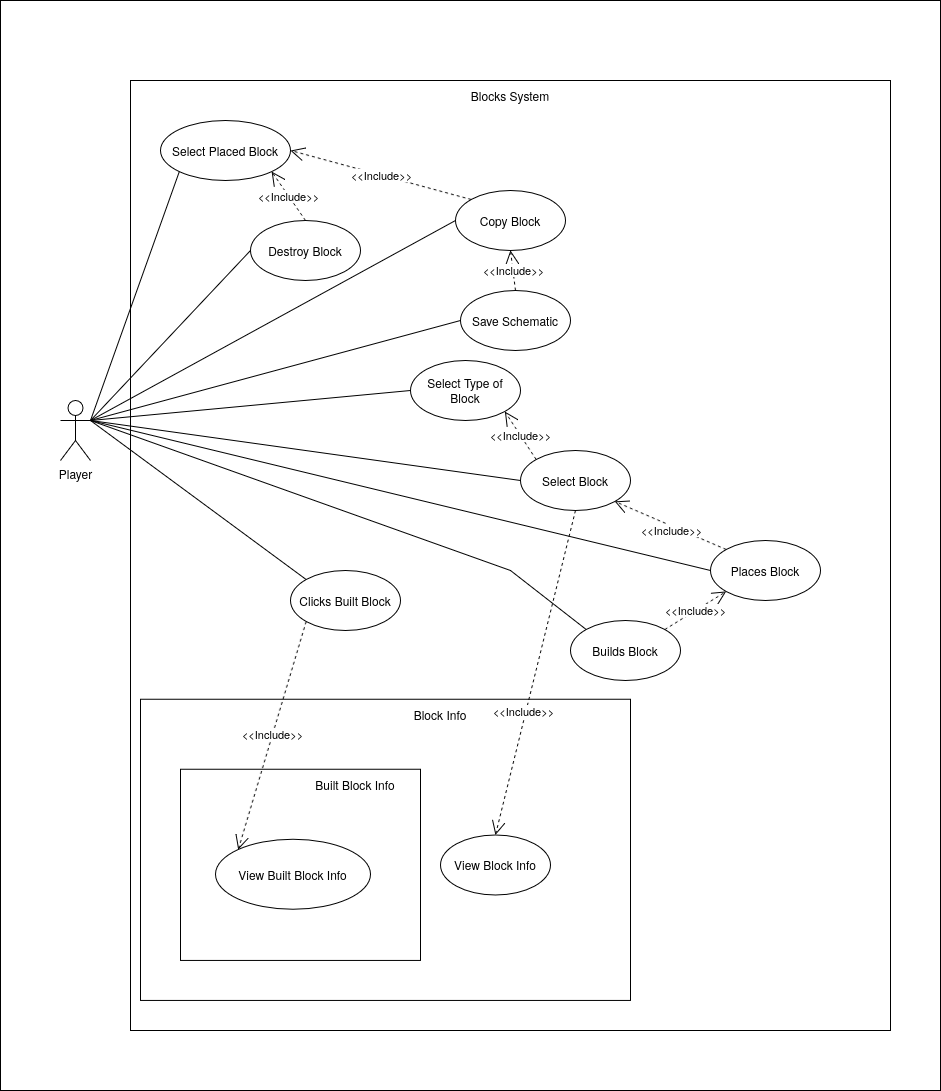
Before: SE202526/Milestone2/UseCases/ManuelOliveira/Assets/Use_Case.png, a diagram exported from draw.io (gabits17/Mindustry-Add-ons-SE-Project). Source tidied: cells renumbered, new cells last; positions are measured from the earlier drawing's top-left corner, leaving out a move shared by most shapes.
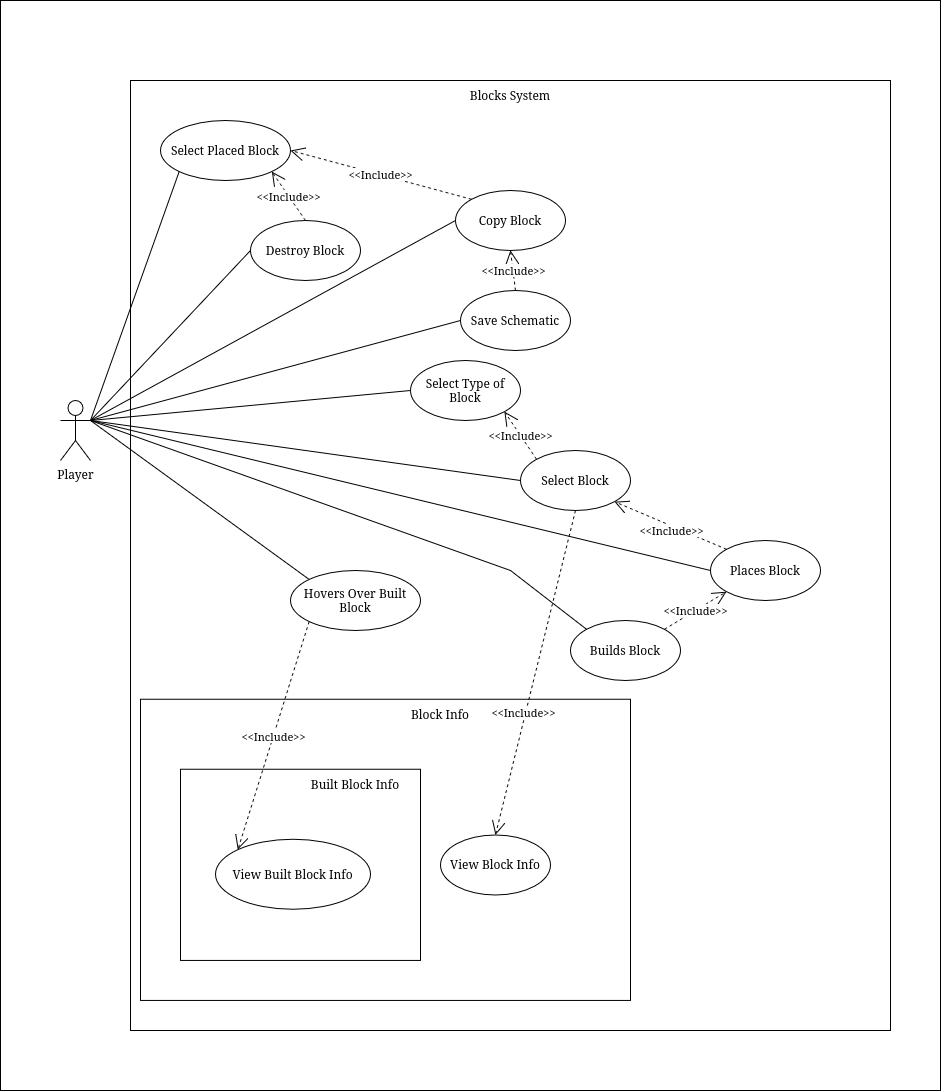
Later version of the same file.

Commit message:
reworks Manuel's Use Case Report

Change to the diagram source:
```diff
@@ -2,9 +2,12 @@
   <root>
     <mxCell id="0" />
     <mxCell id="1" parent="0" />
-    <mxCell id="2" style="rounded=0;whiteSpace=wrap;html=1;fillColor=none;" parent="1" vertex="1">
-      <mxGeometry x="130" y="80" width="760" height="950" as="geometry" />
-    </mxCell>
+    <mxCell id="46" style="rounded=0;whiteSpace=wrap;html=1;fillColor=none;" parent="1" vertex="1">
+      <mxGeometry width="940" height="1090" as="geometry" />
+    </mxCell>
+    <mxCell id="47" style="rounded=0;whiteSpace=wrap;html=1;fillColor=none;" parent="1" vertex="1">
+      <mxGeometry x="130" y="80" width="760" height="950" as="geometry" />
+    </mxCell>
     <mxCell id="3" value="&lt;div&gt;Player&lt;/div&gt;&lt;div&gt;&lt;br&gt;&lt;/div&gt;" style="shape=umlActor;verticalLabelPosition=bottom;verticalAlign=top;html=1;outlineConnect=0;" parent="1" vertex="1">
       <mxGeometry x="60" y="400" width="30" height="60" as="geometry" />
     </mxCell>
@@ -20,29 +23,29 @@
     <mxCell id="7" value="Places Block" style="ellipse;whiteSpace=wrap;html=1;" parent="1" vertex="1">
       <mxGeometry x="710" y="540" width="110" height="60" as="geometry" />
     </mxCell>
-    <mxCell id="8" style="rounded=0;whiteSpace=wrap;html=1;fillColor=none;" parent="1" vertex="1">
-      <mxGeometry x="140" y="698.8" width="490" height="301.2" as="geometry" />
-    </mxCell>
+    <mxCell id="48" style="rounded=0;whiteSpace=wrap;html=1;fillColor=none;" parent="1" vertex="1">
+      <mxGeometry x="140" y="698.8" width="490" height="301.2" as="geometry" />
+    </mxCell>
     <mxCell id="9" style="endArrow=none;html=1;rounded=0;entryX=0;entryY=0.5;entryDx=0;entryDy=0;exitX=1;exitY=0.3333333333333333;exitDx=0;exitDy=0;exitPerimeter=0;" parent="1" edge="1" source="3" target="13">
       <mxGeometry relative="1" as="geometry" />
     </mxCell>
-    <mxCell id="10" style="endArrow=none;html=1;rounded=0;exitX=1;exitY=0.3333333333333333;exitDx=0;exitDy=0;exitPerimeter=0;entryX=0;entryY=0;entryDx=0;entryDy=0;" parent="1" edge="1" source="3" target="12">
-      <mxGeometry relative="1" as="geometry" />
-    </mxCell>
-    <mxCell id="11" style="rounded=0;whiteSpace=wrap;html=1;fillColor=none;" parent="1" vertex="1">
-      <mxGeometry x="180" y="768.8" width="240" height="191.2" as="geometry" />
-    </mxCell>
-    <mxCell id="12" value="Clicks Built Block" style="ellipse;whiteSpace=wrap;html=1;" parent="1" vertex="1">
-      <mxGeometry x="290" y="570" width="110" height="60" as="geometry" />
-    </mxCell>
+    <mxCell id="49" style="endArrow=none;html=1;rounded=0;exitX=1;exitY=0.3333333333333333;exitDx=0;exitDy=0;exitPerimeter=0;entryX=0;entryY=0;entryDx=0;entryDy=0;" parent="1" edge="1" source="3" target="51">
+      <mxGeometry relative="1" as="geometry" />
+    </mxCell>
+    <mxCell id="50" style="rounded=0;whiteSpace=wrap;html=1;fillColor=none;" parent="1" vertex="1">
+      <mxGeometry x="180" y="768.8" width="240" height="191.2" as="geometry" />
+    </mxCell>
+    <mxCell id="51" value="Hovers Over Built Block" style="ellipse;whiteSpace=wrap;html=1;" parent="1" vertex="1">
+      <mxGeometry x="290" y="570" width="130" height="60" as="geometry" />
+    </mxCell>
     <mxCell id="13" value="Select Block" style="ellipse;whiteSpace=wrap;html=1;" parent="1" vertex="1">
       <mxGeometry x="520" y="450" width="110" height="60" as="geometry" />
     </mxCell>
-    <mxCell id="14" style="endArrow=none;html=1;rounded=0;exitX=0;exitY=0.5;exitDx=0;exitDy=0;" parent="1" edge="1" source="7">
-      <mxGeometry relative="1" as="geometry">
-        <mxPoint x="90" y="420" as="targetPoint" />
-      </mxGeometry>
-    </mxCell>
+    <mxCell id="52" style="endArrow=none;html=1;rounded=0;exitX=0;exitY=0.5;exitDx=0;exitDy=0;" parent="1" edge="1" source="7">
+      <mxGeometry relative="1" as="geometry">
+        <mxPoint x="90" y="420" as="targetPoint" />
+      </mxGeometry>
+    </mxCell>
     <mxCell id="15" value="View Block Info" style="ellipse;whiteSpace=wrap;html=1;" parent="1" vertex="1">
       <mxGeometry x="440" y="834.4" width="110" height="60" as="geometry" />
     </mxCell>
@@ -61,47 +64,47 @@
     <mxCell id="20" value="&amp;lt;&amp;lt;Include&amp;gt;&amp;gt;" style="endArrow=open;endSize=12;dashed=1;html=1;rounded=0;exitX=0;exitY=0;exitDx=0;exitDy=0;entryX=1;entryY=1;entryDx=0;entryDy=0;" parent="1" edge="1" source="13" target="5">
       <mxGeometry relative="1" as="geometry" />
     </mxCell>
-    <mxCell id="21" value="&lt;div&gt;&lt;br&gt;&lt;/div&gt;&lt;div&gt;&lt;br&gt;&lt;/div&gt;" style="edgeLabel;html=1;align=center;verticalAlign=middle;" parent="20" vertex="1">
-      <mxGeometry x="-0.13" y="-2" relative="1" as="geometry" />
-    </mxCell>
+    <mxCell id="53" value="&lt;div&gt;&lt;br&gt;&lt;/div&gt;&lt;div&gt;&lt;br&gt;&lt;/div&gt;" style="edgeLabel;html=1;align=center;verticalAlign=middle;" parent="20" vertex="1">
+      <mxGeometry x="-0.13" y="-2" relative="1" as="geometry" />
+    </mxCell>
-    <mxCell id="22" value="&amp;lt;&amp;lt;Include&amp;gt;&amp;gt;" style="endArrow=open;endSize=12;dashed=1;html=1;rounded=0;exitX=0;exitY=1;exitDx=0;exitDy=0;entryX=0;entryY=0;entryDx=0;entryDy=0;" parent="1" edge="1" source="12" target="17">
+    <mxCell id="22" value="&amp;lt;&amp;lt;Include&amp;gt;&amp;gt;" style="endArrow=open;endSize=12;dashed=1;html=1;rounded=0;exitX=0;exitY=1;exitDx=0;exitDy=0;entryX=0;entryY=0;entryDx=0;entryDy=0;" parent="1" edge="1" source="51" target="17">
       <mxGeometry relative="1" as="geometry" />
     </mxCell>
-    <mxCell id="23" value="&lt;div&gt;&lt;br&gt;&lt;/div&gt;&lt;div&gt;&lt;br&gt;&lt;/div&gt;" style="edgeLabel;html=1;align=center;verticalAlign=middle;" parent="22" vertex="1">
-      <mxGeometry x="-0.13" y="-2" relative="1" as="geometry" />
-    </mxCell>
-    <mxCell id="24" style="endArrow=none;html=1;rounded=0;entryX=0;entryY=0.5;entryDx=0;entryDy=0;" parent="1" edge="1" target="19">
-      <mxGeometry relative="1" as="geometry">
-        <mxPoint x="90" y="420" as="sourcePoint" />
-      </mxGeometry>
-    </mxCell>
+    <mxCell id="54" value="&lt;div&gt;&lt;br&gt;&lt;/div&gt;&lt;div&gt;&lt;br&gt;&lt;/div&gt;" style="edgeLabel;html=1;align=center;verticalAlign=middle;" parent="22" vertex="1">
+      <mxGeometry x="-0.13" y="-2" relative="1" as="geometry" />
+    </mxCell>
+    <mxCell id="55" style="endArrow=none;html=1;rounded=0;entryX=0;entryY=0.5;entryDx=0;entryDy=0;" parent="1" edge="1" target="19">
+      <mxGeometry relative="1" as="geometry">
+        <mxPoint x="90" y="420" as="sourcePoint" />
+      </mxGeometry>
+    </mxCell>
     <mxCell id="25" value="&amp;lt;&amp;lt;Include&amp;gt;&amp;gt;" style="endArrow=open;endSize=12;dashed=1;html=1;rounded=0;exitX=0;exitY=0;exitDx=0;exitDy=0;entryX=1;entryY=1;entryDx=0;entryDy=0;" parent="1" edge="1" source="7" target="13">
       <mxGeometry x="-0.05" y="4" relative="1" as="geometry" />
     </mxCell>
-    <mxCell id="26" value="&lt;div&gt;&lt;br&gt;&lt;/div&gt;&lt;div&gt;&lt;br&gt;&lt;/div&gt;" style="edgeLabel;html=1;align=center;verticalAlign=middle;" parent="25" vertex="1">
-      <mxGeometry x="-0.13" y="-2" relative="1" as="geometry" />
-    </mxCell>
+    <mxCell id="56" value="&lt;div&gt;&lt;br&gt;&lt;/div&gt;&lt;div&gt;&lt;br&gt;&lt;/div&gt;" style="edgeLabel;html=1;align=center;verticalAlign=middle;" parent="25" vertex="1">
+      <mxGeometry x="-0.13" y="-2" relative="1" as="geometry" />
+    </mxCell>
     <mxCell id="27" value="&amp;lt;&amp;lt;Include&amp;gt;&amp;gt;" style="endArrow=open;endSize=12;dashed=1;html=1;rounded=0;exitX=0.5;exitY=0;exitDx=0;exitDy=0;entryX=1;entryY=1;entryDx=0;entryDy=0;" parent="1" edge="1" source="19" target="43">
       <mxGeometry relative="1" as="geometry" />
     </mxCell>
-    <mxCell id="28" value="&lt;div&gt;&lt;br&gt;&lt;/div&gt;&lt;div&gt;&lt;br&gt;&lt;/div&gt;" style="edgeLabel;html=1;align=center;verticalAlign=middle;" parent="27" vertex="1">
-      <mxGeometry x="-0.13" y="-2" relative="1" as="geometry" />
-    </mxCell>
+    <mxCell id="57" value="&lt;div&gt;&lt;br&gt;&lt;/div&gt;&lt;div&gt;&lt;br&gt;&lt;/div&gt;" style="edgeLabel;html=1;align=center;verticalAlign=middle;" parent="27" vertex="1">
+      <mxGeometry x="-0.13" y="-2" relative="1" as="geometry" />
+    </mxCell>
     <mxCell id="29" value="&amp;lt;&amp;lt;Include&amp;gt;&amp;gt;" style="endArrow=open;endSize=12;dashed=1;html=1;rounded=0;exitX=0.5;exitY=1;exitDx=0;exitDy=0;entryX=0.5;entryY=0;entryDx=0;entryDy=0;" parent="1" edge="1" source="13" target="15">
       <mxGeometry x="0.24" y="-2" relative="1" as="geometry" />
     </mxCell>
-    <mxCell id="30" value="&lt;div&gt;&lt;br&gt;&lt;/div&gt;&lt;div&gt;&lt;br&gt;&lt;/div&gt;" style="edgeLabel;html=1;align=center;verticalAlign=middle;" parent="29" vertex="1">
-      <mxGeometry x="-0.13" y="-2" relative="1" as="geometry" />
-    </mxCell>
+    <mxCell id="58" value="&lt;div&gt;&lt;br&gt;&lt;/div&gt;&lt;div&gt;&lt;br&gt;&lt;/div&gt;" style="edgeLabel;html=1;align=center;verticalAlign=middle;" parent="29" vertex="1">
+      <mxGeometry x="-0.13" y="-2" relative="1" as="geometry" />
+    </mxCell>
     <mxCell id="31" value="Copy Block" style="ellipse;whiteSpace=wrap;html=1;" parent="1" vertex="1">
       <mxGeometry x="455" y="190" width="110" height="60" as="geometry" />
     </mxCell>
     <mxCell id="32" value="&amp;lt;&amp;lt;Include&amp;gt;&amp;gt;" style="endArrow=open;endSize=12;dashed=1;html=1;rounded=0;exitX=0;exitY=0;exitDx=0;exitDy=0;entryX=1;entryY=0.5;entryDx=0;entryDy=0;" parent="1" edge="1" source="31" target="43">
       <mxGeometry relative="1" as="geometry" />
     </mxCell>
-    <mxCell id="33" value="&lt;div&gt;&lt;br&gt;&lt;/div&gt;&lt;div&gt;&lt;br&gt;&lt;/div&gt;" style="edgeLabel;html=1;align=center;verticalAlign=middle;" parent="32" vertex="1">
-      <mxGeometry x="-0.13" y="-2" relative="1" as="geometry" />
-    </mxCell>
+    <mxCell id="59" value="&lt;div&gt;&lt;br&gt;&lt;/div&gt;&lt;div&gt;&lt;br&gt;&lt;/div&gt;" style="edgeLabel;html=1;align=center;verticalAlign=middle;" parent="32" vertex="1">
+      <mxGeometry x="-0.13" y="-2" relative="1" as="geometry" />
+    </mxCell>
     <mxCell id="34" style="endArrow=none;html=1;rounded=0;entryX=0;entryY=0.5;entryDx=0;entryDy=0;exitX=1;exitY=0.3333333333333333;exitDx=0;exitDy=0;exitPerimeter=0;" parent="1" edge="1" source="3" target="31">
       <mxGeometry relative="1" as="geometry" />
     </mxCell>
@@ -111,9 +114,9 @@
     <mxCell id="36" value="&amp;lt;&amp;lt;Include&amp;gt;&amp;gt;" style="endArrow=open;endSize=12;dashed=1;html=1;rounded=0;exitX=0.5;exitY=0;exitDx=0;exitDy=0;entryX=0.5;entryY=1;entryDx=0;entryDy=0;" parent="1" edge="1" source="35" target="31">
       <mxGeometry relative="1" as="geometry" />
     </mxCell>
-    <mxCell id="37" value="&lt;div&gt;&lt;br&gt;&lt;/div&gt;&lt;div&gt;&lt;br&gt;&lt;/div&gt;" style="edgeLabel;html=1;align=center;verticalAlign=middle;" parent="36" vertex="1">
-      <mxGeometry x="-0.13" y="-2" relative="1" as="geometry" />
-    </mxCell>
+    <mxCell id="60" value="&lt;div&gt;&lt;br&gt;&lt;/div&gt;&lt;div&gt;&lt;br&gt;&lt;/div&gt;" style="edgeLabel;html=1;align=center;verticalAlign=middle;" parent="36" vertex="1">
+      <mxGeometry x="-0.13" y="-2" relative="1" as="geometry" />
+    </mxCell>
     <mxCell id="38" style="endArrow=none;html=1;rounded=0;entryX=0;entryY=0.5;entryDx=0;entryDy=0;exitX=1;exitY=0.3333333333333333;exitDx=0;exitDy=0;exitPerimeter=0;" parent="1" edge="1" source="3" target="35">
       <mxGeometry relative="1" as="geometry" />
     </mxCell>
@@ -130,17 +133,14 @@
     <mxCell id="41" value="&amp;lt;&amp;lt;Include&amp;gt;&amp;gt;" style="endArrow=open;endSize=12;dashed=1;html=1;rounded=0;exitX=1;exitY=0;exitDx=0;exitDy=0;entryX=0;entryY=1;entryDx=0;entryDy=0;" parent="1" edge="1" source="39" target="7">
       <mxGeometry relative="1" as="geometry" />
     </mxCell>
-    <mxCell id="42" value="&lt;div&gt;&lt;br&gt;&lt;/div&gt;&lt;div&gt;&lt;br&gt;&lt;/div&gt;" style="edgeLabel;html=1;align=center;verticalAlign=middle;" parent="41" vertex="1">
-      <mxGeometry x="-0.13" y="-2" relative="1" as="geometry" />
-    </mxCell>
+    <mxCell id="61" value="&lt;div&gt;&lt;br&gt;&lt;/div&gt;&lt;div&gt;&lt;br&gt;&lt;/div&gt;" style="edgeLabel;html=1;align=center;verticalAlign=middle;" parent="41" vertex="1">
+      <mxGeometry x="-0.13" y="-2" relative="1" as="geometry" />
+    </mxCell>
     <mxCell id="43" value="Select Placed Block" style="ellipse;whiteSpace=wrap;html=1;" parent="1" vertex="1">
       <mxGeometry x="160" y="120" width="130" height="60" as="geometry" />
     </mxCell>
     <mxCell id="44" style="endArrow=none;html=1;rounded=0;entryX=0;entryY=1;entryDx=0;entryDy=0;exitX=1;exitY=0.3333333333333333;exitDx=0;exitDy=0;exitPerimeter=0;" parent="1" edge="1" source="3" target="43">
       <mxGeometry relative="1" as="geometry" />
     </mxCell>
-    <mxCell id="45" style="rounded=0;whiteSpace=wrap;html=1;fillColor=none;" parent="1" vertex="1">
-      <mxGeometry width="940" height="1090" as="geometry" />
-    </mxCell>
   </root>
 </mxGraphModel>
```
